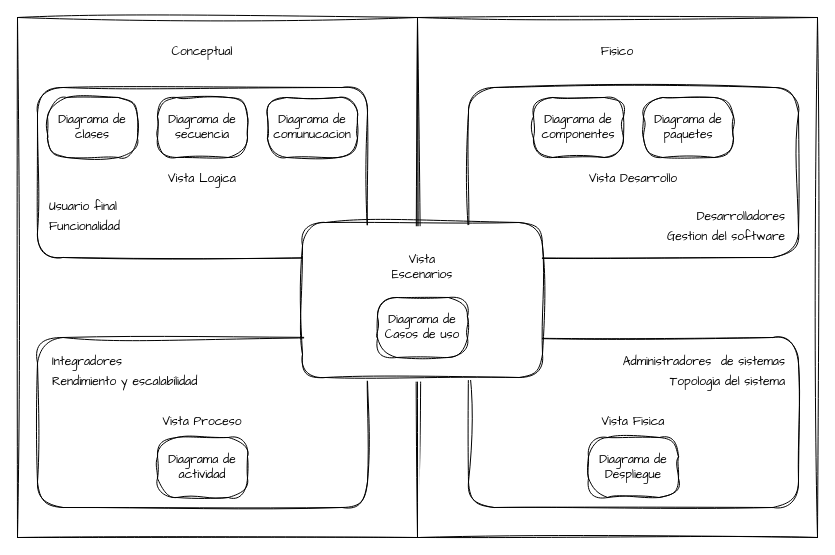
yeiferamunozt/ProActHelp keeps this draw.io diagram as page "Modelo 4+1" (1 of 11) of Arquitectura de software/Esquemas/Vistas.drawio. Above is the earlier version. Source tidied: cells renumbered, new cells numbered last; positions are measured from the earlier drawing's top-left corner, leaving out a move shared by most shapes. Both pictures are drawn from the tidied source at 100%, with x=0, y=0 at pixel (17, 17).
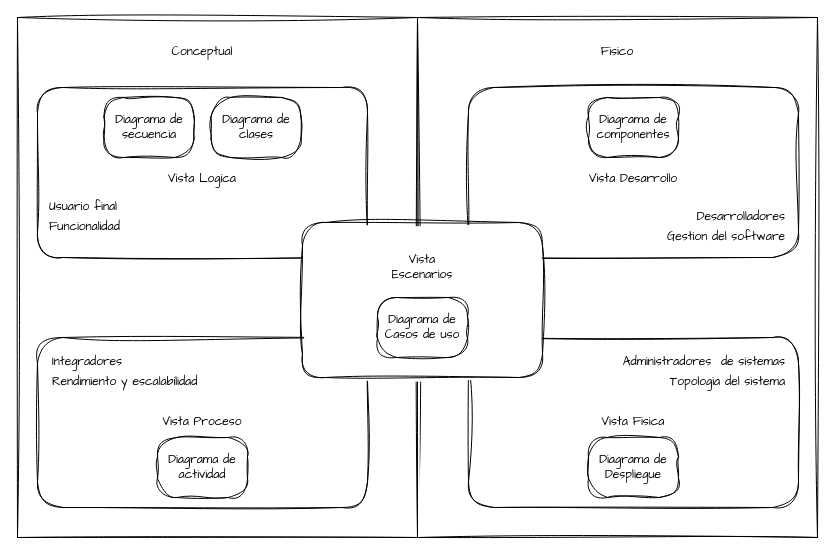
After the change.

Unchanged cells that the change refers to:
```xml
<mxCell id="2" style="group;" parent="1" vertex="1">
  <mxGeometry width="800" height="520" as="geometry" />
</mxCell>
```

What changed in the source:
```diff
@@
     <mxCell id="14" value="Diagrama de clases" style="rounded=1;whiteSpace=wrap;html=1;arcSize=32;sketch=1;curveFitting=1;jiggle=2;fontFamily=Architects Daughter;" parent="2" vertex="1">
-      <mxGeometry x="30" y="80" width="90" height="60" as="geometry" />
+      <mxGeometry x="193.5" y="80" width="90" height="60" as="geometry" />
     </mxCell>
-    <mxCell id="15" value="Diagrama de secuencia" style="rounded=1;whiteSpace=wrap;html=1;arcSize=32;sketch=1;curveFitting=1;jiggle=2;fontFamily=Architects Daughter;" parent="2" vertex="1">
-      <mxGeometry x="140" y="80" width="90" height="60" as="geometry" />
-    </mxCell>
-    <mxCell id="16" value="Diagrama de comunucacion" style="rounded=1;whiteSpace=wrap;html=1;arcSize=32;sketch=1;curveFitting=1;jiggle=2;fontFamily=Architects Daughter;" parent="2" vertex="1">
-      <mxGeometry x="250" y="80" width="90" height="60" as="geometry" />
-    </mxCell>
@@
     <mxCell id="25" value="Diagrama de componentes" style="rounded=1;whiteSpace=wrap;html=1;arcSize=32;sketch=1;curveFitting=1;jiggle=2;fontFamily=Architects Daughter;" parent="2" vertex="1">
-      <mxGeometry x="516" y="80" width="90" height="60" as="geometry" />
+      <mxGeometry x="571" y="80" width="90" height="60" as="geometry" />
     </mxCell>
-    <mxCell id="26" value="Diagrama de paquetes" style="rounded=1;whiteSpace=wrap;html=1;arcSize=32;sketch=1;curveFitting=1;jiggle=2;fontFamily=Architects Daughter;" parent="2" vertex="1">
-      <mxGeometry x="626" y="80" width="90" height="60" as="geometry" />
-    </mxCell>
@@
+    <mxCell id="15" value="Diagrama de secuencia" style="rounded=1;whiteSpace=wrap;html=1;arcSize=32;sketch=1;curveFitting=1;jiggle=2;fontFamily=Architects Daughter;" parent="2" vertex="1">
+      <mxGeometry x="86.5" y="80" width="90" height="60" as="geometry" />
+    </mxCell>
```
